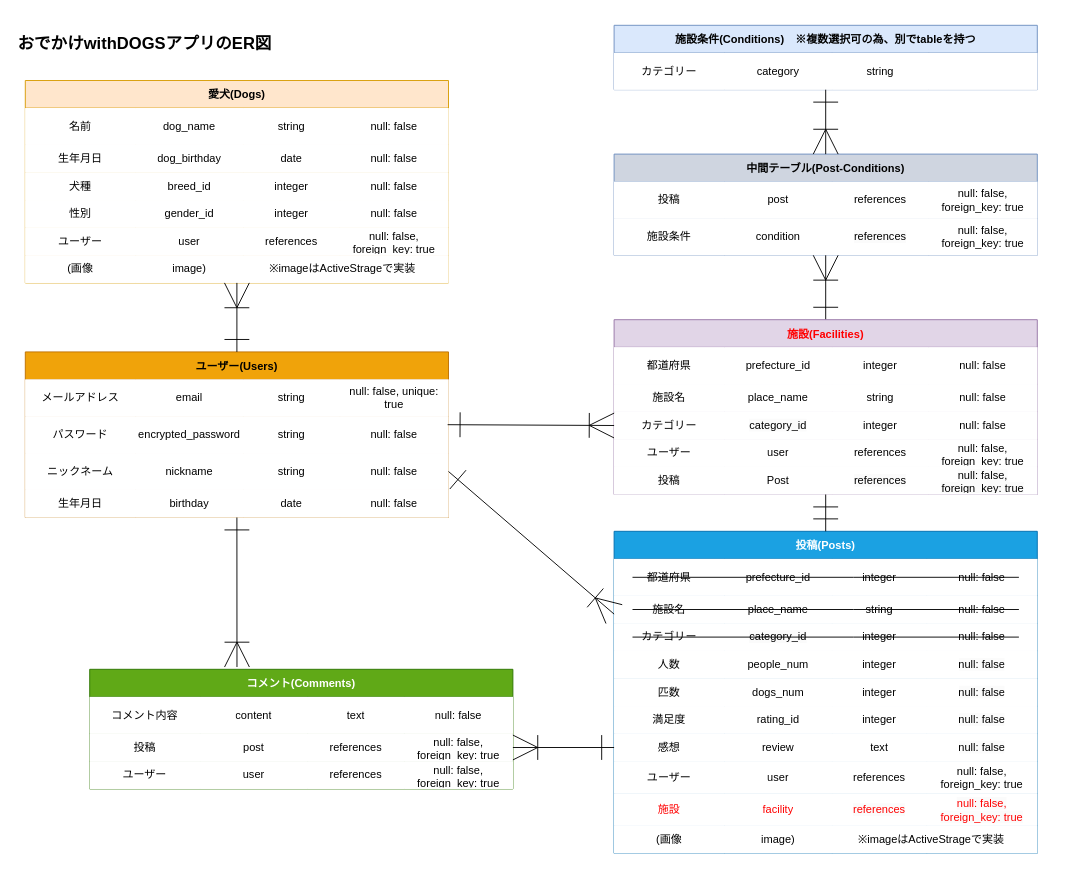
This is OwD_ER.dio from ChisatoMatoba/odekake-with-dogs, a draw.io file, before an edit. Source tidied: cells renumbered, new cells numbered last; positions are measured from the earlier drawing's top-left corner, leaving out a move shared by most shapes. Both pictures are drawn from the tidied source at 92%, with x=0, y=0 at pixel (16, 25).
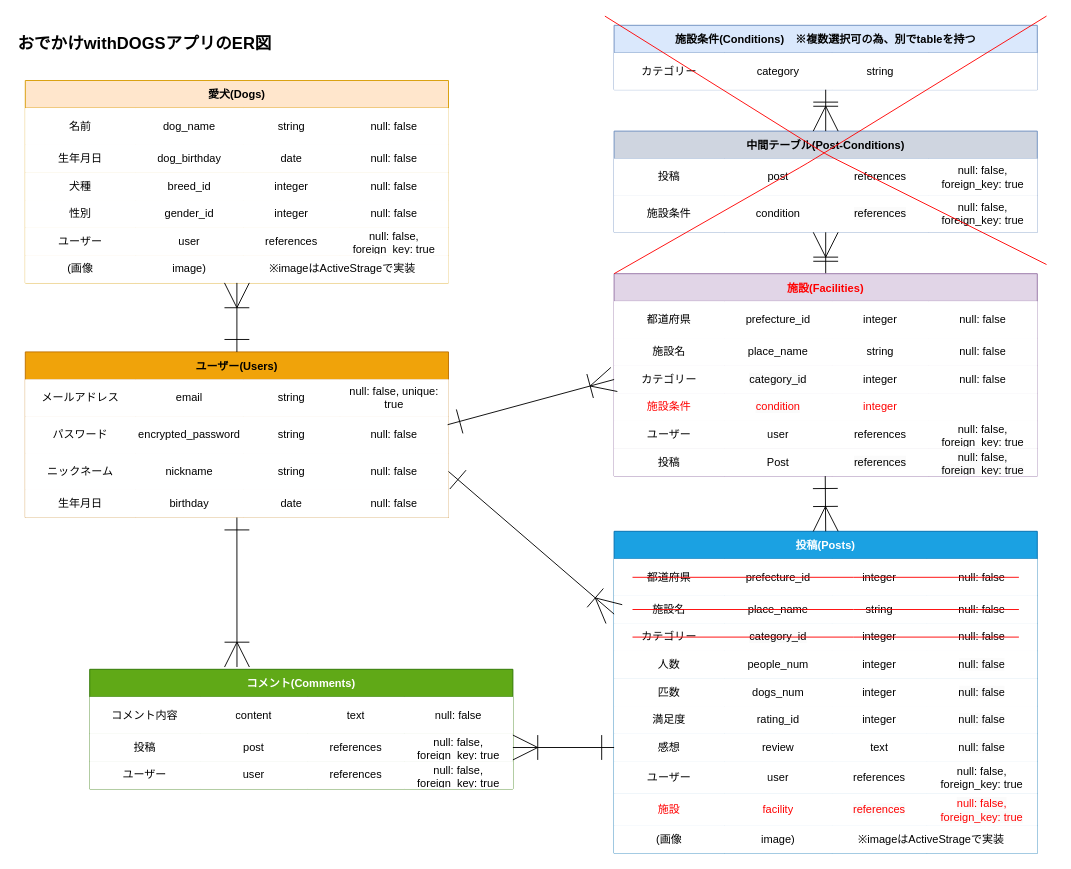
The same diagram, later.

Commit message (it also covers changes not shown here):
ER図に施設テーブル追加2

The change refers to these unchanged cells:
```xml
<mxCell id="2" value="投稿(Posts)" style="shape=table;startSize=30;childLayout=tableLayout;fontStyle=1;align=center;fillColor=#1ba1e2;strokeColor=#006EAF;fontColor=#ffffff;" parent="1" vertex="1">
  <mxGeometry x="650" y="550" width="460" height="350" as="geometry" />
</mxCell>
```

What changed in the source:
```diff
@@
     <mxCell id="133" value="中間テーブル(Post-Conditions)" style="shape=table;startSize=30;childLayout=tableLayout;fontStyle=1;align=center;fillColor=#CFD5E0;strokeColor=#6c8ebf;" parent="1" vertex="1">
-      <mxGeometry x="650" y="140" width="460" height="110" as="geometry" />
+      <mxGeometry x="650" y="115" width="460" height="110" as="geometry" />
     </mxCell>
@@
     <mxCell id="147" value="施設(Facilities)" style="shape=table;startSize=30;childLayout=tableLayout;fontStyle=1;align=center;fillColor=#e1d5e7;strokeColor=#9673a6;fontColor=#FF0000;" parent="1" vertex="1">
-      <mxGeometry x="650" y="320" width="460" height="190" as="geometry" />
+      <mxGeometry x="650" y="270" width="460" height="220" as="geometry" />
     </mxCell>
@@
+    <mxCell id="178" style="shape=tableRow;horizontal=0;startSize=0;swimlaneHead=0;swimlaneBody=0;top=0;left=0;bottom=0;right=0;fillColor=#FFFFFF;strokeColor=#000000;" parent="147" vertex="1">
+      <mxGeometry y="130" width="460" height="30" as="geometry" />
+    </mxCell>
+    <mxCell id="179" value="施設条件" style="shape=partialRectangle;html=1;whiteSpace=wrap;fillColor=#FFFFFF;top=0;left=0;bottom=0;right=0;overflow=hidden;strokeColor=#000000;fontColor=#FF0000;" parent="178" vertex="1">
+      <mxGeometry width="120" height="30" as="geometry" />
+    </mxCell>
+    <mxCell id="180" value="&lt;span style=&quot;font-family: Helvetica; font-size: 12px; font-style: normal; font-variant-ligatures: normal; font-variant-caps: normal; font-weight: 400; letter-spacing: normal; orphans: 2; text-align: center; text-indent: 0px; text-transform: none; widows: 2; word-spacing: 0px; -webkit-text-stroke-width: 0px; background-color: rgb(251, 251, 251); text-decoration-thickness: initial; text-decoration-style: initial; text-decoration-color: initial; float: none; display: inline !important;&quot;&gt;condition&lt;/span&gt;" style="shape=partialRectangle;html=1;whiteSpace=wrap;fillColor=#FFFFFF;top=0;left=0;bottom=0;right=0;overflow=hidden;strokeColor=#000000;fontColor=#FF0000;" parent="178" vertex="1">
+      <mxGeometry x="120" width="117" height="30" as="geometry" />
+    </mxCell>
+    <mxCell id="181" value="integer" style="shape=partialRectangle;html=1;whiteSpace=wrap;fillColor=#FFFFFF;top=0;left=0;bottom=0;right=0;overflow=hidden;strokeColor=#000000;fontColor=#FF0000;" parent="178" vertex="1">
+      <mxGeometry x="237" width="105" height="30" as="geometry" />
+    </mxCell>
+    <mxCell id="182" style="shape=partialRectangle;html=1;whiteSpace=wrap;fillColor=#FFFFFF;top=0;left=0;bottom=0;right=0;overflow=hidden;strokeColor=#000000;" parent="178" vertex="1">
+      <mxGeometry x="342" width="118" height="30" as="geometry" />
+    </mxCell>
     <mxCell id="163" style="shape=tableRow;horizontal=0;startSize=0;swimlaneHead=0;swimlaneBody=0;top=0;left=0;bottom=0;right=0;fillColor=#FFFFFF;strokeColor=#000000;" parent="147" vertex="1">
-      <mxGeometry y="130" width="460" height="30" as="geometry" />
+      <mxGeometry y="160" width="460" height="30" as="geometry" />
     </mxCell>
@@
     <mxCell id="168" style="shape=tableRow;horizontal=0;startSize=0;swimlaneHead=0;swimlaneBody=0;top=0;left=0;bottom=0;right=0;fillColor=#FFFFFF;strokeColor=#000000;" parent="147" vertex="1">
-      <mxGeometry y="160" width="460" height="30" as="geometry" />
+      <mxGeometry y="190" width="460" height="30" as="geometry" />
     </mxCell>
@@
-    <mxCell id="173" style="endArrow=none;html=1;" parent="1" edge="1">
+    <mxCell id="173" style="endArrow=none;html=1;fontColor=#FF0000;strokeColor=#FF0000;" parent="1" edge="1">
       <mxGeometry relative="1" as="geometry">
         <mxPoint x="670" y="600" as="sourcePoint" />
         <mxPoint x="1090" y="600" as="targetPoint" />
         <Array as="points">
           <mxPoint x="920" y="600" />
         </Array>
       </mxGeometry>
     </mxCell>
-    <mxCell id="174" style="endArrow=none;html=1;" parent="1" edge="1">
+    <mxCell id="174" style="endArrow=none;html=1;strokeColor=#FF0000;" parent="1" edge="1">
       <mxGeometry relative="1" as="geometry">
         <mxPoint x="670" y="635" as="sourcePoint" />
         <mxPoint x="1090" y="635" as="targetPoint" />
         <Array as="points">
           <mxPoint x="920" y="635" />
         </Array>
       </mxGeometry>
     </mxCell>
-    <mxCell id="175" style="endArrow=none;html=1;" parent="1" edge="1">
+    <mxCell id="175" style="endArrow=none;html=1;strokeColor=#FF0000;" parent="1" edge="1">
       <mxGeometry relative="1" as="geometry">
         <mxPoint x="670" y="665" as="sourcePoint" />
         <mxPoint x="1090" y="665" as="targetPoint" />
         <Array as="points">
           <mxPoint x="920" y="665" />
         </Array>
       </mxGeometry>
     </mxCell>
-    <mxCell id="176" style="fontSize=12;html=1;endArrow=ERone;entryX=0.5;entryY=0;entryDx=0;entryDy=0;strokeWidth=1;startSize=25;endSize=25;startArrow=ERone;startFill=0;fillColor=#FFFFFF;strokeColor=#000000;endFill=0;" parent="1" edge="1" target="2">
-      <mxGeometry relative="1" as="geometry">
-        <mxPoint x="880" y="510" as="sourcePoint" />
-      </mxGeometry>
-    </mxCell>
@@
+    <mxCell id="183" style="endArrow=none;html=1;fontColor=#FF0000;strokeColor=#FF0000;" parent="1" edge="1">
+      <mxGeometry relative="1" as="geometry">
+        <mxPoint x="650" y="270" as="sourcePoint" />
+        <mxPoint x="1120" y="-10" as="targetPoint" />
+        <Array as="points">
+          <mxPoint x="860" y="150" />
+        </Array>
+      </mxGeometry>
+    </mxCell>
+    <mxCell id="184" style="endArrow=none;html=1;fontColor=#FF0000;strokeColor=#FF0000;" parent="1" edge="1">
+      <mxGeometry relative="1" as="geometry">
+        <mxPoint x="640" y="-10" as="sourcePoint" />
+        <mxPoint x="1120" y="260" as="targetPoint" />
+        <Array as="points">
+          <mxPoint x="880" y="140" />
+        </Array>
+      </mxGeometry>
+    </mxCell>
+    <mxCell id="185" style="fontSize=12;html=1;endArrow=ERoneToMany;exitX=0.5;exitY=1;exitDx=0;exitDy=0;entryX=0.5;entryY=0;entryDx=0;entryDy=0;strokeWidth=1;startSize=25;endSize=25;startArrow=ERone;startFill=0;fillColor=#FFFFFF;strokeColor=#000000;" parent="1" edge="1" target="2">
+      <mxGeometry relative="1" as="geometry">
+        <mxPoint x="879.5" y="490" as="sourcePoint" />
+      </mxGeometry>
+    </mxCell>
```
